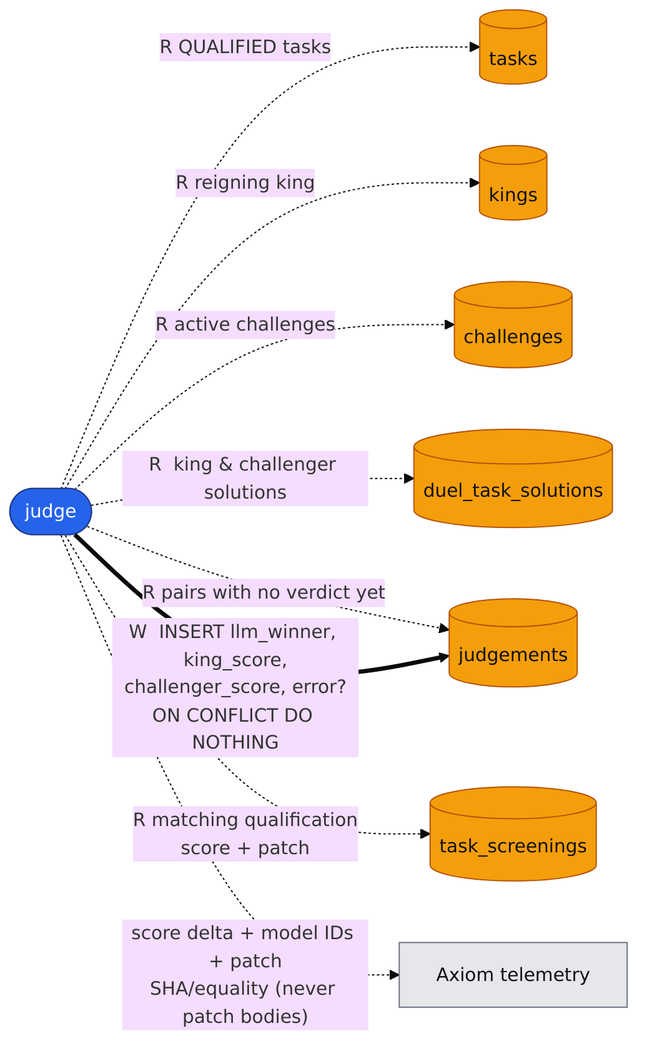
ninja-subnet/ninja-validator keeps this Mermaid diagram as docs/diagrams/db-judge.png. Above is the earlier version. Its source is kept beside it as docs/diagrams/db-judge.mmd.
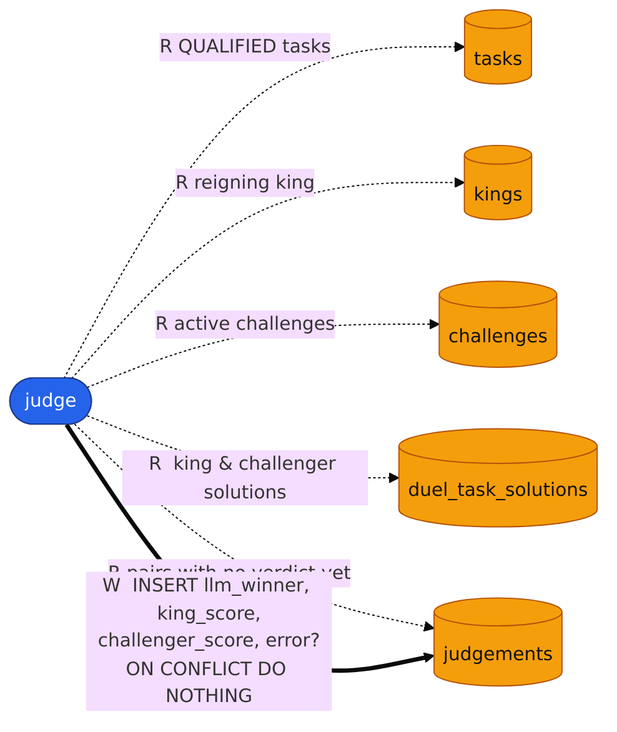
Later version of the same file.

Change to the diagram source:
```diff
@@ -5,22 +5,16 @@
     kings[("kings")]
     chal[("challenges")]
     tsol[("duel_task_solutions")]
-    screen[("task_screenings")]
     judg[("judgements")]
-    axiom["Axiom telemetry"]
 
     jd -. "R  QUALIFIED tasks" .-> tasks
     jd -. "R  reigning king" .-> kings
     jd -. "R  active challenges" .-> chal
     jd -. "R  king &amp; challenger solutions" .-> tsol
     jd -. "R  pairs with no verdict yet" .-> judg
-    jd -. "R  matching qualification<br/>score + patch" .-> screen
     jd == "W  INSERT llm_winner, king_score,<br/>challenger_score, error?<br/>ON CONFLICT DO NOTHING" ==> judg
-    jd -. "score delta + model IDs + patch<br/>SHA/equality (never patch bodies)" .-> axiom
 
     classDef worker fill:#2563eb,stroke:#1e3a8a,color:#fff;
     classDef store fill:#f59e0b,stroke:#b45309,color:#111;
-    classDef ext fill:#e5e7eb,stroke:#6b7280,color:#111;
     class jd worker;
-    class tasks,kings,chal,tsol,screen,judg store;
-    class axiom ext;
+    class tasks,kings,chal,tsol,judg store;
```
